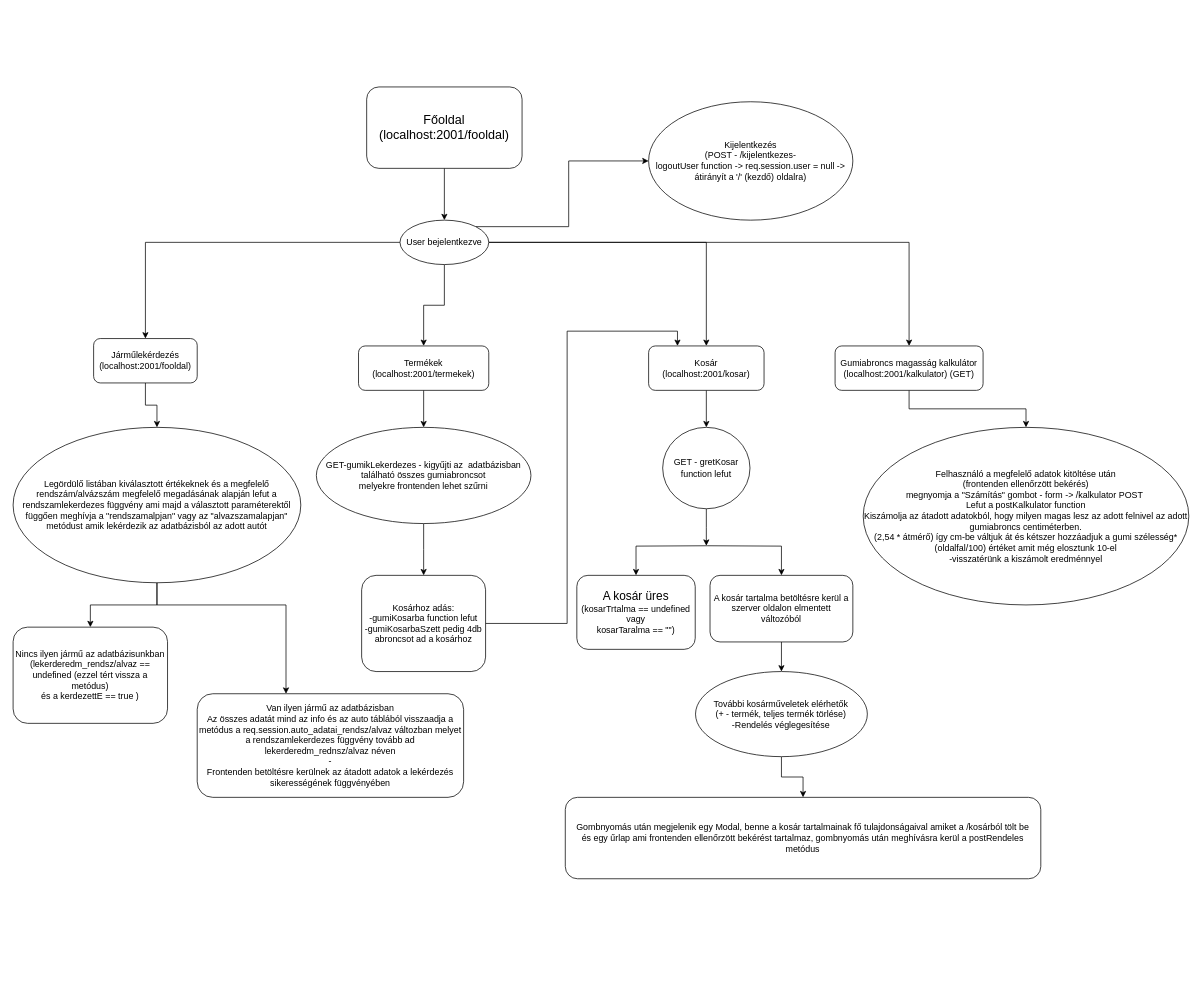
Earlier version of the draw.io diagram Pusoma/diagram2.drawio (szekelyaron/OKJ_vizsgaremek). Source tidied: cells renumbered, new cells numbered last; positions are measured from the earlier drawing's top-left corner, leaving out a move shared by most shapes. Both pictures are drawn from the tidied source at 74%, with x=0, y=0 at pixel (13, 87).
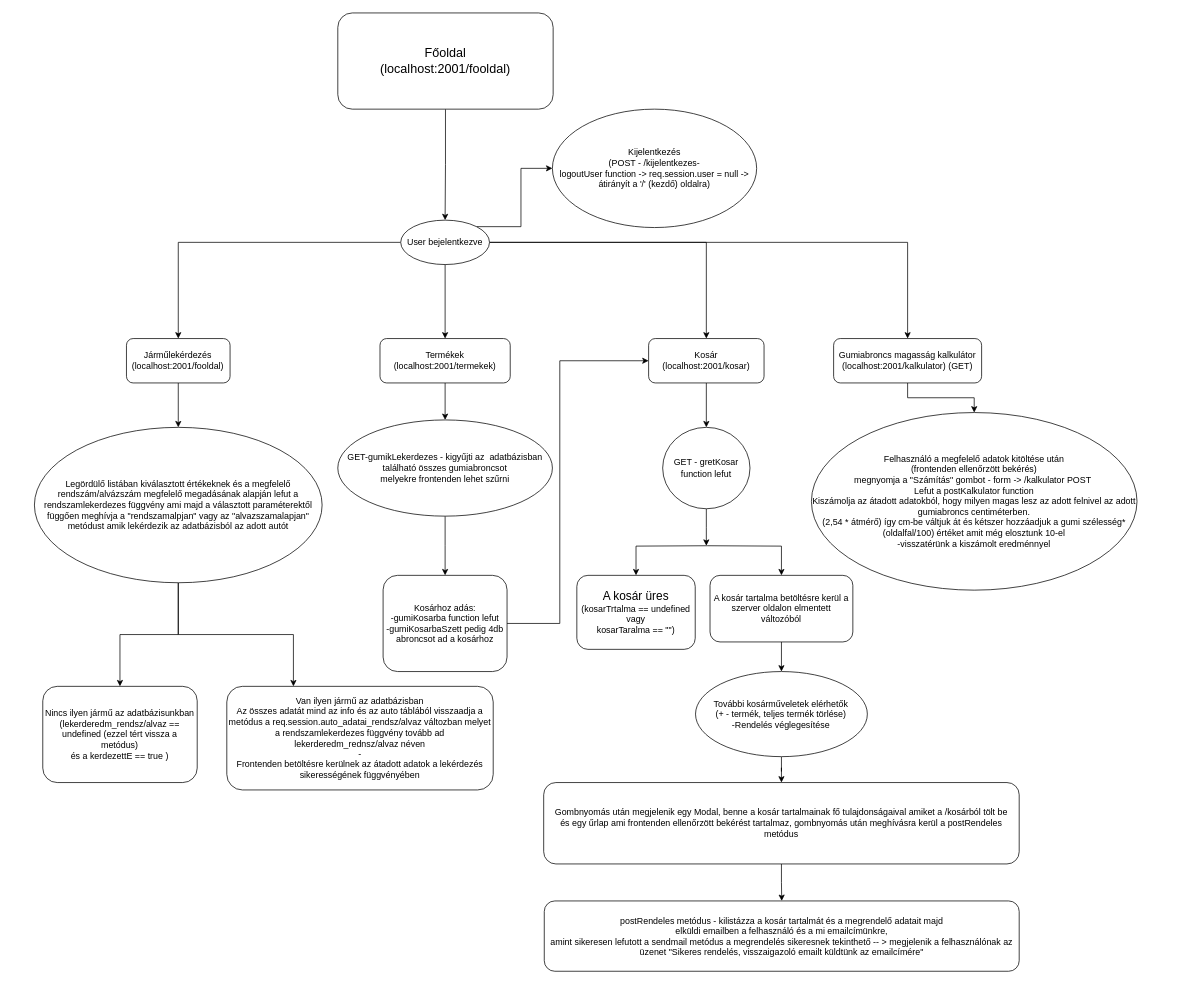
The same diagram, later.

What changed in the source:
```diff
@@
     <mxCell id="3" value="&lt;font style=&quot;font-size: 17px&quot;&gt;Főoldal&lt;br&gt;(localhost:2001/fooldal)&lt;/font&gt;" style="rounded=1;whiteSpace=wrap;html=1;" parent="1" vertex="1">
-      <mxGeometry x="478" width="210" height="110" as="geometry" />
+      <mxGeometry x="439" y="-100" width="291" height="130" as="geometry" />
     </mxCell>
@@
     <mxCell id="9" value="User bejelentkezve" style="ellipse;whiteSpace=wrap;html=1;rounded=1;" parent="1" vertex="1">
-      <mxGeometry x="523" y="180" width="120" height="60" as="geometry" />
+      <mxGeometry x="524" y="180" width="120" height="60" as="geometry" />
     </mxCell>
     <mxCell id="10" value="Kijelentkezés&lt;br&gt;(POST - /kijelentkezes- &lt;br&gt;logoutUser function -&amp;gt; req.session.user = null -&amp;gt; átirányít a '/' (kezdő) oldalra)" style="ellipse;whiteSpace=wrap;html=1;rounded=1;" parent="1" vertex="1">
-      <mxGeometry x="859" y="20" width="276" height="160" as="geometry" />
+      <mxGeometry x="729" y="30" width="276" height="160" as="geometry" />
     </mxCell>
@@
     <mxCell id="12" value="Járműlekérdezés&lt;br&gt;(localhost:2001/fooldal)" style="whiteSpace=wrap;html=1;rounded=1;" parent="1" vertex="1">
-      <mxGeometry x="109" y="340" width="140" height="60" as="geometry" />
+      <mxGeometry x="153.4" y="340" width="140" height="60" as="geometry" />
     </mxCell>
@@
     <mxCell id="14" value="Termékek&lt;br&gt;(localhost:2001/termekek)" style="whiteSpace=wrap;html=1;rounded=1;" parent="1" vertex="1">
-      <mxGeometry x="467" y="350" width="176" height="60" as="geometry" />
+      <mxGeometry x="496" y="340" width="176" height="60" as="geometry" />
     </mxCell>
@@
     <mxCell id="16" value="Kosár&lt;br&gt;(localhost:2001/kosar)" style="whiteSpace=wrap;html=1;rounded=1;" parent="1" vertex="1">
-      <mxGeometry x="859" y="350" width="156" height="60" as="geometry" />
+      <mxGeometry x="859" y="340" width="156" height="60" as="geometry" />
     </mxCell>
@@
     <mxCell id="18" value="Gumiabroncs magasság kalkulátor&lt;br&gt;(localhost:2001/kalkulator) (GET)" style="whiteSpace=wrap;html=1;rounded=1;" parent="1" vertex="1">
-      <mxGeometry x="1111" y="350" width="200" height="60" as="geometry" />
+      <mxGeometry x="1109" y="340" width="200" height="60" as="geometry" />
     </mxCell>
@@
-    <mxCell id="20" style="edgeStyle=orthogonalEdgeStyle;rounded=0;jettySize=auto;html=1;" parent="1" edge="1" source="21" target="37">
-      <mxGeometry relative="1" as="geometry">
-        <Array as="points">
-          <mxPoint x="195" y="700" />
-          <mxPoint x="369" y="700" />
-        </Array>
-      </mxGeometry>
+    <mxCell id="20" style="edgeStyle=orthogonalEdgeStyle;rounded=0;jettySize=auto;html=1;entryX=0.25;entryY=0;entryDx=0;entryDy=0;" parent="1" edge="1" source="21" target="37">
+      <mxGeometry relative="1" as="geometry" />
     </mxCell>
     <mxCell id="21" value="Legördülő listában kiválasztott értékeknek és a megfelelő rendszám/alvázszám megfelelő megadásának alapján lefut a rendszamlekerdezes függvény ami majd a választott paraméterektől függően meghívja a &quot;rendszamalpjan&quot; vagy az &quot;alvazszamalapjan&quot; metódust amik lekérdezik az adatbázisból az adott autót" style="ellipse;whiteSpace=wrap;html=1;rounded=1;" parent="1" vertex="1">
-      <mxGeometry x="0.2" y="460" width="388.8" height="210" as="geometry" />
+      <mxGeometry x="29" y="460" width="388.8" height="210" as="geometry" />
     </mxCell>
@@
     <mxCell id="23" value="GET-gumikLekerdezes - kigyűjti az&amp;nbsp; adatbázisban található összes gumiabroncsot&lt;br&gt;melyekre frontenden lehet szűrni" style="ellipse;whiteSpace=wrap;html=1;rounded=1;" parent="1" vertex="1">
-      <mxGeometry x="410" y="460" width="290" height="130" as="geometry" />
+      <mxGeometry x="439" y="450" width="290" height="130" as="geometry" />
     </mxCell>
-    <mxCell id="24" style="edgeStyle=orthogonalEdgeStyle;rounded=0;jettySize=auto;html=1;entryX=0.25;entryY=0;entryDx=0;entryDy=0;fontSize=17;" parent="1" edge="1" source="25" target="16">
-      <mxGeometry relative="1" as="geometry" />
+    <mxCell id="24" style="edgeStyle=orthogonalEdgeStyle;rounded=0;jettySize=auto;html=1;entryX=0;entryY=0.5;entryDx=0;entryDy=0;" parent="1" edge="1" source="25" target="16">
+      <mxGeometry relative="1" as="geometry">
+        <Array as="points">
+          <mxPoint x="739" y="725" />
+          <mxPoint x="739" y="370" />
+        </Array>
+      </mxGeometry>
     </mxCell>
     <mxCell id="25" value="Kosárhoz adás:&lt;br&gt;-gumiKosarba function lefut&lt;br&gt;-gumiKosarbaSzett pedig 4db abroncsot ad a kosárhoz" style="whiteSpace=wrap;html=1;rounded=1;" parent="1" vertex="1">
-      <mxGeometry x="471.2" y="660" width="167.5" height="130" as="geometry" />
+      <mxGeometry x="500.2" y="660" width="167.5" height="130" as="geometry" />
     </mxCell>
@@
     <mxCell id="35" value="Felhasználó a megfelelő adatok kitöltése után&lt;br&gt;(frontenden ellenőrzött bekérés)&lt;br&gt;megnyomja a &quot;Számítás&quot; gombot - form -&amp;gt; /kalkulator POST&amp;nbsp;&lt;br&gt;Lefut a postKalkulator function&lt;br&gt;Kiszámolja az átadott adatokból, hogy milyen magas lesz az adott felnivel az adott gumiabroncs centiméterben.&lt;br&gt;(2,54 * átmérő) így cm-be váltjuk át és kétszer hozzáadjuk a gumi szélesség*(oldalfal/100) értéket amit még elosztunk 10-el&lt;br&gt;-visszatérünk a kiszámolt eredménnyel" style="ellipse;whiteSpace=wrap;html=1;rounded=1;" parent="1" vertex="1">
-      <mxGeometry x="1149" y="460" width="440" height="240" as="geometry" />
+      <mxGeometry x="1079" y="440" width="440" height="240" as="geometry" />
     </mxCell>
     <mxCell id="36" value="Nincs ilyen jármű az adatbázisunkban&lt;br&gt;(lekerderedm_rendsz/alvaz == undefined (ezzel tért vissza a metódus)&lt;br&gt;és a kerdezettE == true )" style="whiteSpace=wrap;html=1;rounded=1;" parent="1" vertex="1">
-      <mxGeometry x="0.2" y="730" width="208.7" height="130" as="geometry" />
+      <mxGeometry x="40.3" y="810" width="208.7" height="130" as="geometry" />
     </mxCell>
     <mxCell id="37" value="Van ilyen jármű az adatbázisban&lt;br&gt;Az összes adatát mind az info és az auto táblából visszaadja a metódus a req.session.auto_adatai_rendsz/alvaz változban melyet a rendszamlekerdezes függvény tovább ad lekerderedm_rednsz/alvaz néven&lt;br&gt;-&lt;br&gt;Frontenden betöltésre kerülnek az átadott adatok a lekérdezés sikerességének függvényében" style="whiteSpace=wrap;html=1;rounded=1;" parent="1" vertex="1">
-      <mxGeometry x="249" y="820" width="360" height="140" as="geometry" />
+      <mxGeometry x="289" y="810" width="360" height="140" as="geometry" />
     </mxCell>
+    <mxCell id="39" style="edgeStyle=orthogonalEdgeStyle;rounded=0;jettySize=auto;html=1;" parent="1" edge="1" source="38" target="40">
+      <mxGeometry relative="1" as="geometry" />
+    </mxCell>
     <mxCell id="38" value="Gombnyomás után megjelenik egy Modal, benne a kosár tartalmainak fő tulajdonságaival amiket a /kosárból tölt be&lt;br&gt;és egy űrlap ami frontenden ellenőrzött bekérést tartalmaz, gombnyomás után meghívásra kerül a postRendeles metódus" style="whiteSpace=wrap;html=1;rounded=1;" parent="1" vertex="1">
-      <mxGeometry x="746.4" y="960" width="642.6" height="110" as="geometry" />
+      <mxGeometry x="717.2" y="940" width="642.6" height="110" as="geometry" />
     </mxCell>
+    <mxCell id="40" value="postRendeles metódus - kilistázza a kosár tartalmát és a megrendelő adatait majd&lt;br&gt;elküldi emailben a felhasználó és a mi emailcímünkre,&lt;br&gt;amint sikeresen lefutott a sendmail metódus a megrendelés sikeresnek tekinthető -- &amp;gt; megjelenik a felhasználónak az üzenet &quot;Sikeres rendelés, visszaigazoló emailt küldtünk az emailcímére&quot;" style="whiteSpace=wrap;html=1;rounded=1;" parent="1" vertex="1">
+      <mxGeometry x="718" y="1100" width="641.8" height="95" as="geometry" />
+    </mxCell>
```
